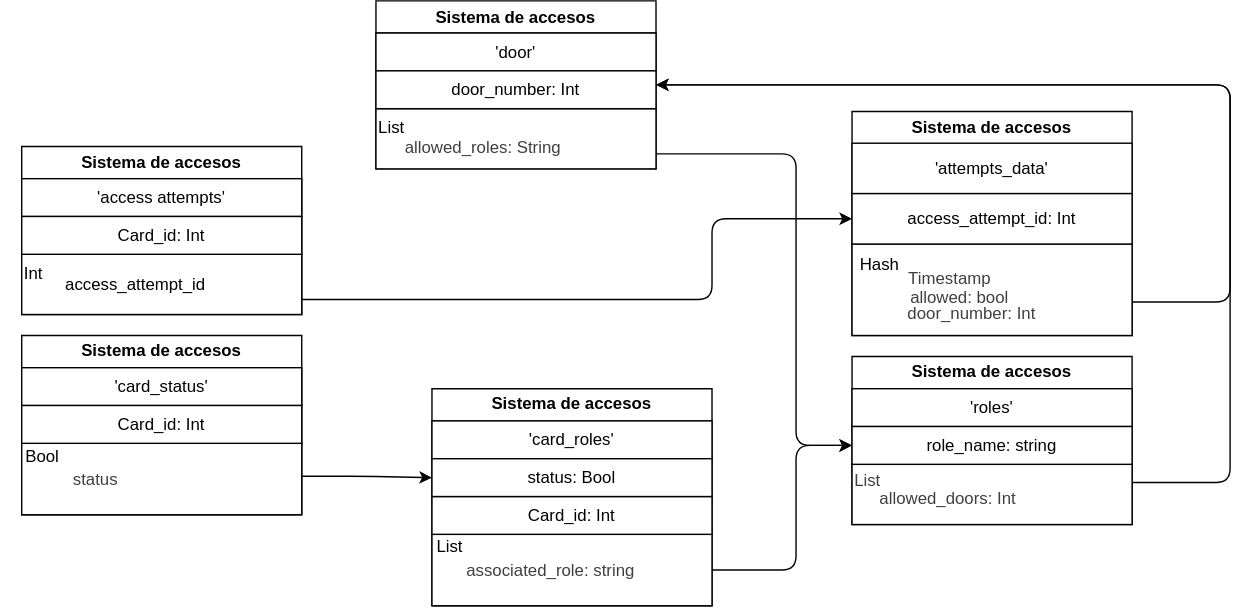
Above: images/ej2.6.a.drawio.svg in TobySeirgalea/apuntes-DB (draw.io), before the change. Source tidied: cells renumbered, new cells last; positions are measured from the earlier drawing's top-left corner, leaving out a move shared by most shapes. The source it was exported from:
```xml
<mxGraphModel>
  <root>
    <mxCell id="0" />
    <mxCell id="1" parent="0" />
    <mxCell id="2" value="Sistema de accesos" style="swimlane;whiteSpace=wrap;html=1;align=center;" parent="1" vertex="1">
      <mxGeometry x="15" y="239" width="200" height="128" as="geometry" />
    </mxCell>
    <mxCell id="3" value="'card_status'" style="rounded=0;whiteSpace=wrap;html=1;" parent="2" vertex="1">
      <mxGeometry y="23" width="200" height="27" as="geometry" />
    </mxCell>
    <mxCell id="4" value="&lt;div&gt;&lt;br&gt;&lt;/div&gt;" style="rounded=0;whiteSpace=wrap;html=1;align=left;" parent="2" vertex="1">
      <mxGeometry y="77" width="200" height="51" as="geometry" />
    </mxCell>
    <mxCell id="5" value="&lt;span style=&quot;color: rgb(0, 0, 0); text-align: left;&quot;&gt;Bool&lt;/span&gt;" style="text;html=1;whiteSpace=wrap;strokeColor=none;fillColor=none;align=center;verticalAlign=middle;rounded=0;" parent="2" vertex="1">
      <mxGeometry x="-15" y="72" width="60" height="30" as="geometry" />
    </mxCell>
    <mxCell id="6" value="&lt;span style=&quot;color: rgb(63, 63, 63); text-align: left;&quot;&gt;status&lt;/span&gt;" style="text;html=1;whiteSpace=wrap;strokeColor=none;fillColor=none;align=center;verticalAlign=middle;rounded=0;" parent="2" vertex="1">
      <mxGeometry x="23" y="87.5" width="60" height="30" as="geometry" />
    </mxCell>
    <mxCell id="7" value="Card_id: Int" style="rounded=0;whiteSpace=wrap;html=1;" parent="1" vertex="1">
      <mxGeometry x="15" y="289" width="200" height="27" as="geometry" />
    </mxCell>
    <mxCell id="8" value="Sistema de accesos" style="swimlane;whiteSpace=wrap;html=1;align=center;" parent="1" vertex="1">
      <mxGeometry x="308" y="277" width="200" height="155" as="geometry" />
    </mxCell>
    <mxCell id="9" value="'card_roles'" style="rounded=0;whiteSpace=wrap;html=1;" parent="8" vertex="1">
      <mxGeometry y="23" width="200" height="27" as="geometry" />
    </mxCell>
    <mxCell id="10" value="&lt;div&gt;&lt;div&gt;&lt;br&gt;&lt;/div&gt;&lt;/div&gt;" style="rounded=0;whiteSpace=wrap;html=1;align=left;verticalAlign=top;" parent="8" vertex="1">
      <mxGeometry y="104" width="200" height="51" as="geometry" />
    </mxCell>
    <mxCell id="11" value="Card_id: Int" style="rounded=0;whiteSpace=wrap;html=1;" parent="8" vertex="1">
      <mxGeometry y="77" width="200" height="27" as="geometry" />
    </mxCell>
    <mxCell id="12" value="List" style="text;html=1;whiteSpace=wrap;strokeColor=none;fillColor=none;align=center;verticalAlign=middle;rounded=0;" parent="8" vertex="1">
      <mxGeometry x="-17" y="98" width="60" height="30" as="geometry" />
    </mxCell>
    <mxCell id="13" value="&lt;div style=&quot;color: rgb(63, 63, 63); scrollbar-color: rgba(100, 100, 100, 0.4) rgb(255, 255, 255); text-align: left;&quot;&gt;&lt;div style=&quot;color: rgb(63, 63, 63); scrollbar-color: rgba(100, 100, 100, 0.4) rgb(255, 255, 255);&quot;&gt;&lt;span style=&quot;color: rgb(63, 63, 63); background-color: transparent;&quot;&gt;associated_role: string&lt;/span&gt;&lt;/div&gt;&lt;/div&gt;" style="text;html=1;whiteSpace=wrap;strokeColor=none;fillColor=none;align=center;verticalAlign=middle;rounded=0;" parent="8" vertex="1">
      <mxGeometry x="10" y="114.5" width="150" height="30" as="geometry" />
    </mxCell>
    <mxCell id="14" value="status: Bool" style="rounded=0;whiteSpace=wrap;html=1;" parent="1" vertex="1">
      <mxGeometry x="308" y="327" width="200" height="27" as="geometry" />
    </mxCell>
    <mxCell id="15" style="edgeStyle=none;html=1;exitX=1;exitY=0.75;exitDx=0;exitDy=0;entryX=1;entryY=0.5;entryDx=0;entryDy=0;" parent="1" edge="1" source="16" target="30">
      <mxGeometry x="0.08" relative="1" as="geometry">
        <Array as="points">
          <mxPoint x="878" y="344" />
          <mxPoint x="878" y="60" />
        </Array>
      </mxGeometry>
    </mxCell>
    <mxCell id="16" value="Sistema de accesos" style="swimlane;whiteSpace=wrap;html=1;align=center;" parent="1" vertex="1">
      <mxGeometry x="608" y="254" width="200" height="120" as="geometry" />
    </mxCell>
    <mxCell id="17" value="'roles'" style="rounded=0;whiteSpace=wrap;html=1;" parent="16" vertex="1">
      <mxGeometry y="23" width="200" height="27" as="geometry" />
    </mxCell>
    <mxCell id="18" style="rounded=0;whiteSpace=wrap;html=1;align=left;verticalAlign=top;" parent="16" vertex="1">
      <mxGeometry y="77" width="200" height="43" as="geometry" />
    </mxCell>
    <mxCell id="19" value="&lt;div style=&quot;color: rgb(63, 63, 63); scrollbar-color: rgba(100, 100, 100, 0.4) rgb(255, 255, 255);&quot;&gt;&lt;div style=&quot;color: rgb(63, 63, 63); scrollbar-color: rgba(100, 100, 100, 0.4) rgb(255, 255, 255);&quot;&gt;List&lt;/div&gt;&lt;/div&gt;" style="text;html=1;whiteSpace=wrap;strokeColor=none;fillColor=none;align=left;verticalAlign=middle;rounded=0;" parent="16" vertex="1">
      <mxGeometry y="74" width="30" height="30" as="geometry" />
    </mxCell>
    <mxCell id="20" value="&lt;span style=&quot;color: rgb(63, 63, 63);&quot;&gt;allowed_doors: Int&lt;/span&gt;" style="text;html=1;whiteSpace=wrap;strokeColor=none;fillColor=none;align=left;verticalAlign=middle;rounded=0;" parent="16" vertex="1">
      <mxGeometry x="18" y="94.5" width="135" height="15" as="geometry" />
    </mxCell>
    <mxCell id="21" value="role_name: string" style="rounded=0;whiteSpace=wrap;html=1;" parent="1" vertex="1">
      <mxGeometry x="608" y="304" width="200" height="27" as="geometry" />
    </mxCell>
    <mxCell id="22" style="endArrow=classic;html=1;entryX=0;entryY=0.5;entryDx=0;entryDy=0;" parent="1" edge="1" target="14">
      <mxGeometry x="-0.23" relative="1" as="geometry">
        <mxPoint x="215" y="339.5" as="sourcePoint" />
        <Array as="points">
          <mxPoint x="258" y="339.5" />
        </Array>
      </mxGeometry>
    </mxCell>
    <mxCell id="23" style="endArrow=classic;html=1;entryX=0;entryY=0.5;entryDx=0;entryDy=0;exitX=1;exitY=0.5;exitDx=0;exitDy=0;" parent="1" edge="1" source="10" target="21">
      <mxGeometry x="0.27" relative="1" as="geometry">
        <Array as="points">
          <mxPoint x="568" y="406.5" />
          <mxPoint x="568" y="354" />
          <mxPoint x="568" y="317.5" />
        </Array>
      </mxGeometry>
    </mxCell>
    <mxCell id="24" style="edgeStyle=none;html=1;exitX=1;exitY=0.75;exitDx=0;exitDy=0;entryX=0;entryY=0.5;entryDx=0;entryDy=0;" parent="1" edge="1" source="26" target="45">
      <mxGeometry x="-0.02" relative="1" as="geometry">
        <Array as="points">
          <mxPoint x="508" y="213.2" />
          <mxPoint x="508" y="155.7" />
        </Array>
      </mxGeometry>
    </mxCell>
    <mxCell id="25" value="Sistema de accesos" style="swimlane;whiteSpace=wrap;html=1;align=center;" parent="1" vertex="1">
      <mxGeometry x="15" y="104" width="200" height="120" as="geometry" />
    </mxCell>
    <mxCell id="26" value="&lt;div&gt;&lt;div&gt;Int&lt;/div&gt;&lt;/div&gt;" style="rounded=0;whiteSpace=wrap;html=1;align=left;verticalAlign=top;" parent="25" vertex="1">
      <mxGeometry y="77" width="200" height="43" as="geometry" />
    </mxCell>
    <mxCell id="27" value="'access attempts'" style="rounded=0;whiteSpace=wrap;html=1;" parent="25" vertex="1">
      <mxGeometry y="23" width="200" height="27" as="geometry" />
    </mxCell>
    <mxCell id="28" value="&lt;span style=&quot;color: rgb(0, 0, 0); text-align: left;&quot;&gt;access_attempt_id&lt;/span&gt;" style="text;html=1;whiteSpace=wrap;strokeColor=none;fillColor=none;align=center;verticalAlign=middle;rounded=0;" parent="25" vertex="1">
      <mxGeometry x="23" y="83.5" width="117" height="30" as="geometry" />
    </mxCell>
    <mxCell id="29" style="group;" parent="1" vertex="1">
      <mxGeometry x="268" width="200" height="120" as="geometry" />
    </mxCell>
    <mxCell id="30" value="Sistema de accesos" style="swimlane;whiteSpace=wrap;html=1;align=center;" parent="29" vertex="1">
      <mxGeometry width="200" height="120" as="geometry" />
    </mxCell>
    <mxCell id="31" value="'door'" style="rounded=0;whiteSpace=wrap;html=1;" parent="30" vertex="1">
      <mxGeometry y="23" width="200" height="27" as="geometry" />
    </mxCell>
    <mxCell id="32" value="List" style="rounded=0;whiteSpace=wrap;html=1;align=left;verticalAlign=top;" parent="30" vertex="1">
      <mxGeometry y="77" width="200" height="43" as="geometry" />
    </mxCell>
    <mxCell id="33" value="&lt;span style=&quot;color: rgb(63, 63, 63);&quot;&gt;allowed_roles: String&lt;/span&gt;" style="text;html=1;whiteSpace=wrap;strokeColor=none;fillColor=none;align=left;verticalAlign=middle;rounded=0;" parent="30" vertex="1">
      <mxGeometry x="19" y="97" width="160" height="15" as="geometry" />
    </mxCell>
    <mxCell id="34" value="door_number: Int" style="rounded=0;whiteSpace=wrap;html=1;" parent="29" vertex="1">
      <mxGeometry y="50" width="200" height="27" as="geometry" />
    </mxCell>
    <mxCell id="35" style="endArrow=classic;html=1;exitX=1;exitY=0.75;exitDx=0;exitDy=0;entryX=0;entryY=0.5;entryDx=0;entryDy=0;" parent="1" edge="1" source="32" target="21">
      <mxGeometry x="-0.01" relative="1" as="geometry">
        <Array as="points">
          <mxPoint x="568" y="109.2" />
          <mxPoint x="568" y="317.5" />
        </Array>
      </mxGeometry>
    </mxCell>
    <mxCell id="36" value="Card_id: Int" style="rounded=0;whiteSpace=wrap;html=1;" parent="1" vertex="1">
      <mxGeometry x="15" y="154" width="200" height="27" as="geometry" />
    </mxCell>
    <mxCell id="37" style="endArrow=classic;html=1;entryX=1;entryY=0.5;entryDx=0;entryDy=0;exitX=0.988;exitY=0.634;exitDx=0;exitDy=0;exitPerimeter=0;" parent="1" edge="1" source="40" target="30">
      <mxGeometry x="0.36" relative="1" as="geometry">
        <Array as="points">
          <mxPoint x="878" y="215.1" />
          <mxPoint x="878" y="60" />
        </Array>
      </mxGeometry>
    </mxCell>
    <mxCell id="38" value="Sistema de accesos" style="swimlane;whiteSpace=wrap;html=1;align=center;" parent="1" vertex="1">
      <mxGeometry x="608" y="79" width="200" height="160" as="geometry" />
    </mxCell>
    <mxCell id="39" value="'attempts_data'" style="rounded=0;whiteSpace=wrap;html=1;" parent="38" vertex="1">
      <mxGeometry y="22.7" width="200" height="36" as="geometry" />
    </mxCell>
    <mxCell id="40" value="&lt;div&gt;&lt;br&gt;&lt;/div&gt;" style="rounded=0;whiteSpace=wrap;html=1;align=left;verticalAlign=top;" parent="38" vertex="1">
      <mxGeometry y="94.7" width="200" height="65.3" as="geometry" />
    </mxCell>
    <mxCell id="41" value="&lt;span style=&quot;color: rgb(0, 0, 0); text-align: left;&quot;&gt;Hash&lt;/span&gt;" style="text;html=1;whiteSpace=wrap;strokeColor=none;fillColor=none;align=center;verticalAlign=middle;rounded=0;" parent="38" vertex="1">
      <mxGeometry x="-10" y="94.7" width="60" height="30" as="geometry" />
    </mxCell>
    <mxCell id="42" value="&lt;span style=&quot;color: rgb(63, 63, 63); text-align: left;&quot;&gt;Timestamp&lt;/span&gt;" style="text;html=1;whiteSpace=wrap;strokeColor=none;fillColor=none;align=center;verticalAlign=middle;rounded=0;" parent="38" vertex="1">
      <mxGeometry x="40" y="105" width="60" height="30" as="geometry" />
    </mxCell>
    <mxCell id="43" value="&lt;div style=&quot;scrollbar-color: rgba(100, 100, 100, 0.4) rgb(255, 255, 255); color: rgb(63, 63, 63);&quot;&gt;&lt;span style=&quot;color: rgb(63, 63, 63); background-color: transparent;&quot;&gt;allowed: bool&lt;/span&gt;&lt;/div&gt;" style="text;html=1;whiteSpace=wrap;strokeColor=none;fillColor=none;align=left;verticalAlign=middle;rounded=0;" parent="38" vertex="1">
      <mxGeometry x="40" y="118" width="100" height="30" as="geometry" />
    </mxCell>
    <mxCell id="44" value="&lt;span style=&quot;color: rgb(63, 63, 63);&quot;&gt;door_number: Int&lt;/span&gt;" style="text;html=1;whiteSpace=wrap;strokeColor=none;fillColor=none;align=left;verticalAlign=middle;rounded=0;" parent="38" vertex="1">
      <mxGeometry x="38" y="130" width="100" height="30" as="geometry" />
    </mxCell>
    <mxCell id="45" value="access_attempt_id: Int" style="rounded=0;whiteSpace=wrap;html=1;" parent="1" vertex="1">
      <mxGeometry x="608" y="137.7" width="200" height="36" as="geometry" />
    </mxCell>
  </root>
</mxGraphModel>
```
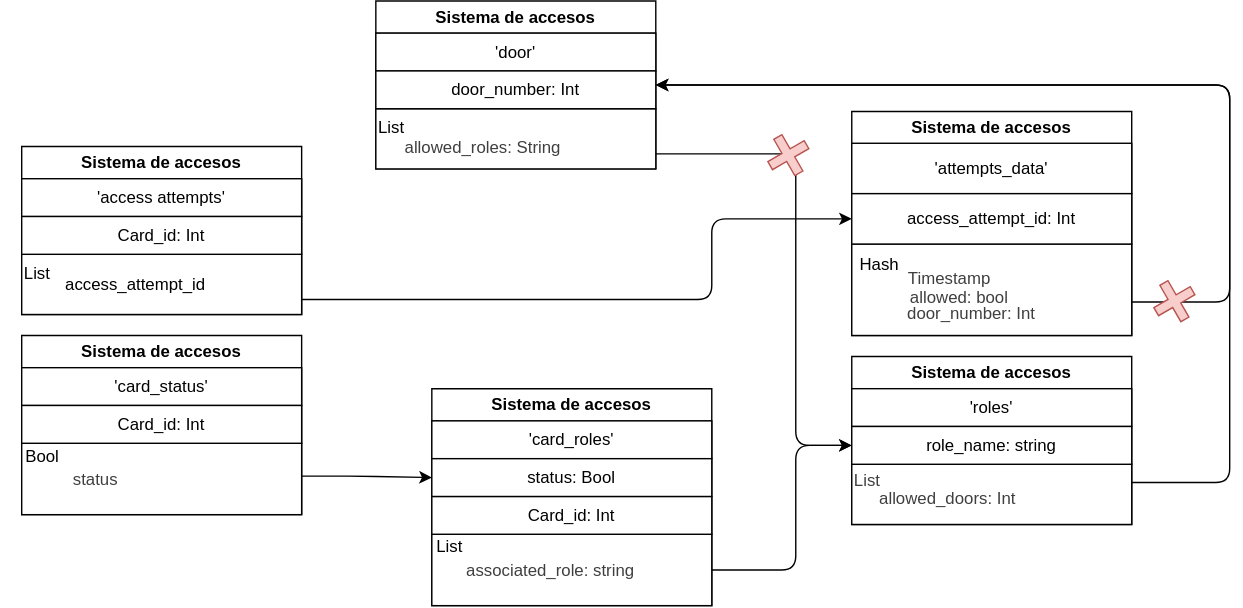
Later version of the same file.

Diff of the diagram source:
```diff
@@ -95,7 +95,7 @@
     <mxCell id="25" value="Sistema de accesos" style="swimlane;whiteSpace=wrap;html=1;align=center;" parent="1" vertex="1">
       <mxGeometry x="15" y="104" width="200" height="120" as="geometry" />
     </mxCell>
-    <mxCell id="26" value="&lt;div&gt;&lt;div&gt;Int&lt;/div&gt;&lt;/div&gt;" style="rounded=0;whiteSpace=wrap;html=1;align=left;verticalAlign=top;" parent="25" vertex="1">
+    <mxCell id="26" value="&lt;div&gt;&lt;div&gt;List&lt;/div&gt;&lt;/div&gt;" style="rounded=0;whiteSpace=wrap;html=1;align=left;verticalAlign=top;" parent="25" vertex="1">
       <mxGeometry y="77" width="200" height="43" as="geometry" />
     </mxCell>
     <mxCell id="27" value="'access attempts'" style="rounded=0;whiteSpace=wrap;html=1;" parent="25" vertex="1">
@@ -165,5 +165,11 @@
     <mxCell id="45" value="access_attempt_id: Int" style="rounded=0;whiteSpace=wrap;html=1;" parent="1" vertex="1">
       <mxGeometry x="608" y="137.7" width="200" height="36" as="geometry" />
     </mxCell>
+    <mxCell id="46" style="shape=cross;whiteSpace=wrap;html=1;rotation=-30;size=0.22180800138632245;fillColor=#f8cecc;strokeColor=#b85450;" parent="1" vertex="1">
+      <mxGeometry x="547.7" y="95.1" width="30" height="30" as="geometry" />
+    </mxCell>
+    <mxCell id="47" style="shape=cross;whiteSpace=wrap;html=1;rotation=-30;size=0.22180800138632245;fillColor=#f8cecc;strokeColor=#b85450;" parent="1" vertex="1">
+      <mxGeometry x="823.5" y="199.5" width="30" height="30" as="geometry" />
+    </mxCell>
   </root>
 </mxGraphModel>
```
